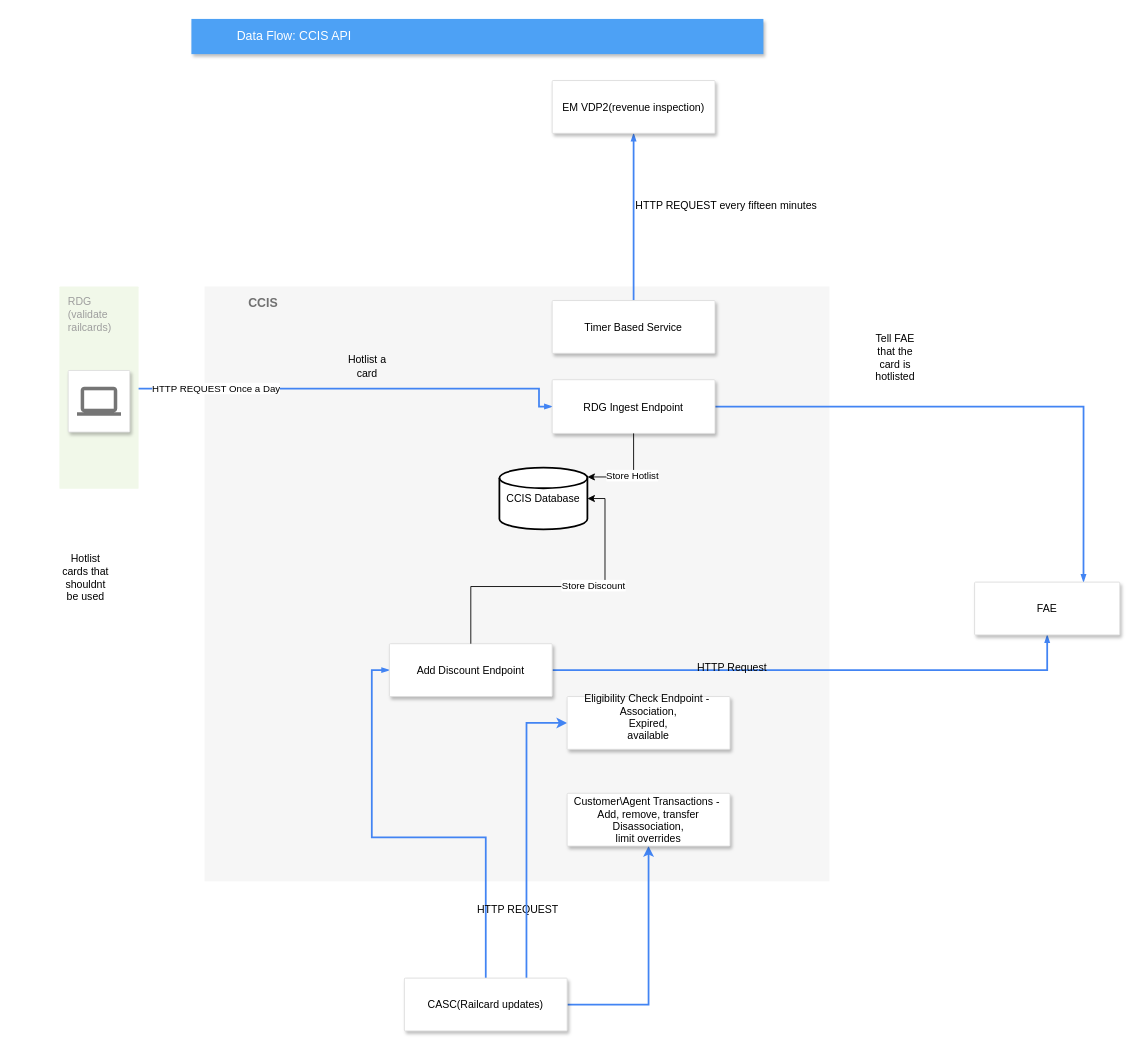
Before: CCIS-API.drawio in mattwatts36/drawings, a draw.io diagram. Source tidied: cells renumbered, new cells numbered last; positions are measured from the earlier drawing's top-left corner, leaving out a move shared by most shapes. Both pictures are drawn from the tidied source at 88%, with x=0, y=0 at pixel (59, 18).
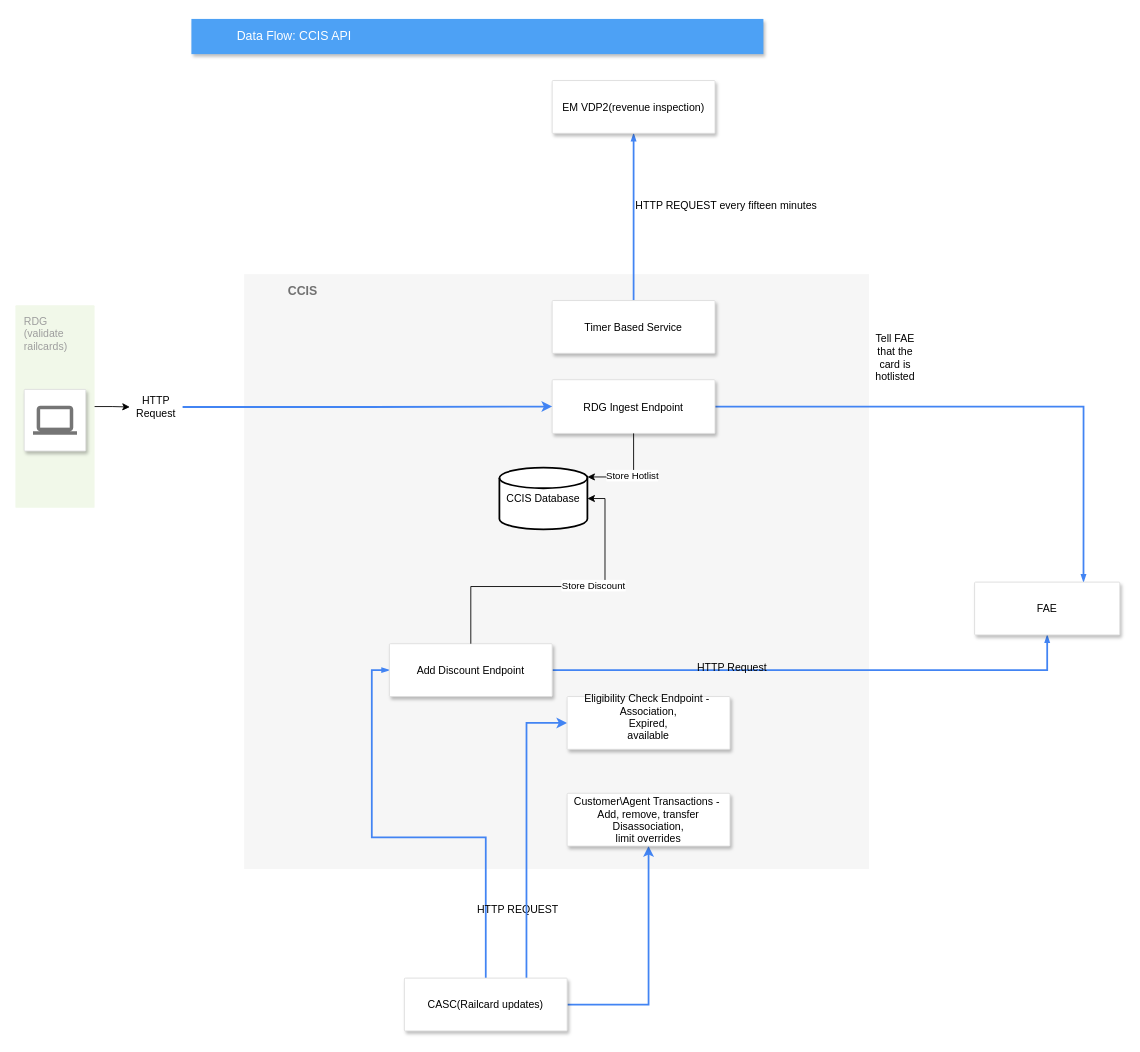
Above is the later version.

The change refers to these unchanged cells:
```xml
<mxCell id="9" value="RDG Ingest Endpoint" style="strokeColor=#dddddd;shadow=1;strokeWidth=1;rounded=1;absoluteArcSize=1;arcSize=2;" parent="1" vertex="1">
  <mxGeometry x="560" y="410" width="185" height="61" as="geometry" />
</mxCell>
<mxCell id="20" value="RDG&lt;div&gt;(validate&amp;nbsp;&lt;/div&gt;&lt;div&gt;railcards)&lt;/div&gt;" style="rounded=1;absoluteArcSize=1;arcSize=2;html=1;strokeColor=none;gradientColor=none;shadow=0;dashed=0;fontSize=12;fontColor=#9E9E9E;align=left;verticalAlign=top;spacing=10;spacingTop=-4;fillColor=#F1F8E9;" parent="19" vertex="1">
  <mxGeometry width="90" height="230" as="geometry" />
</mxCell>
```

The edit, as a diff of the source:
```diff
@@
     <mxCell id="2" value="&lt;b&gt;CCIS&lt;/b&gt;" style="fillColor=#F6F6F6;strokeColor=none;shadow=0;gradientColor=none;fontSize=14;align=left;spacing=10;fontColor=#717171;9E9E9E;verticalAlign=top;spacingTop=-4;fontStyle=0;spacingLeft=40;html=1;" parent="1" vertex="1">
-      <mxGeometry x="165" y="304" width="710" height="676" as="geometry" />
+      <mxGeometry x="210" y="290" width="710" height="676" as="geometry" />
     </mxCell>
@@
-    <mxCell id="4" style="edgeStyle=orthogonalEdgeStyle;rounded=0;elbow=vertical;html=1;labelBackgroundColor=none;startFill=1;startSize=4;endArrow=blockThin;endFill=1;endSize=4;jettySize=auto;strokeColor=#4284F3;strokeWidth=2;fontSize=12;fontColor=#000000;align=left;dashed=0;exitX=1;exitY=0.5;exitDx=0;exitDy=0;entryX=0;entryY=0.5;entryDx=0;entryDy=0;" parent="1" edge="1" source="20" target="9">
-      <mxGeometry relative="1" as="geometry">
-        <Array as="points">
-          <mxPoint x="90" y="420" />
-          <mxPoint x="545" y="420" />
-        </Array>
-      </mxGeometry>
-    </mxCell>
-    <mxCell id="5" value="HTTP REQUEST Once a Day" style="edgeLabel;html=1;align=center;verticalAlign=middle;" parent="4" vertex="1">
-      <mxGeometry x="-0.64" y="1" relative="1" as="geometry" />
-    </mxCell>
@@
     <mxCell id="19" style="group;" parent="1" vertex="1">
-      <mxGeometry y="304" width="90" height="230" as="geometry" />
+      <mxGeometry x="-50" y="325.5" width="90" height="230" as="geometry" />
     </mxCell>
@@
-    <mxCell id="24" value="Hotlist a card" style="text;html=1;align=center;verticalAlign=middle;whiteSpace=wrap;rounded=0;" parent="1" vertex="1">
-      <mxGeometry x="320" y="380" width="60" height="30" as="geometry" />
-    </mxCell>
@@
-    <mxCell id="34" value="Hotlist cards that shouldnt be used" style="text;html=1;align=center;verticalAlign=middle;whiteSpace=wrap;rounded=0;" parent="1" vertex="1">
-      <mxGeometry y="620" width="60" height="30" as="geometry" />
-    </mxCell>
+    <mxCell id="35" style="edgeStyle=orthogonalEdgeStyle;rounded=0;jettySize=auto;html=1;" parent="1" edge="1" source="20" target="36">
+      <mxGeometry relative="1" as="geometry" />
+    </mxCell>
+    <mxCell id="36" value="HTTP Request" style="text;html=1;align=center;verticalAlign=middle;whiteSpace=wrap;rounded=0;" parent="1" vertex="1">
+      <mxGeometry x="80" y="426" width="60" height="30" as="geometry" />
+    </mxCell>
+    <mxCell id="37" style="edgeStyle=orthogonalEdgeStyle;rounded=0;jettySize=auto;html=1;entryX=0;entryY=0.5;entryDx=0;entryDy=0;strokeWidth=2;strokeColor=#4284F3;" parent="1" edge="1" source="36" target="9">
+      <mxGeometry relative="1" as="geometry" />
+    </mxCell>
```
